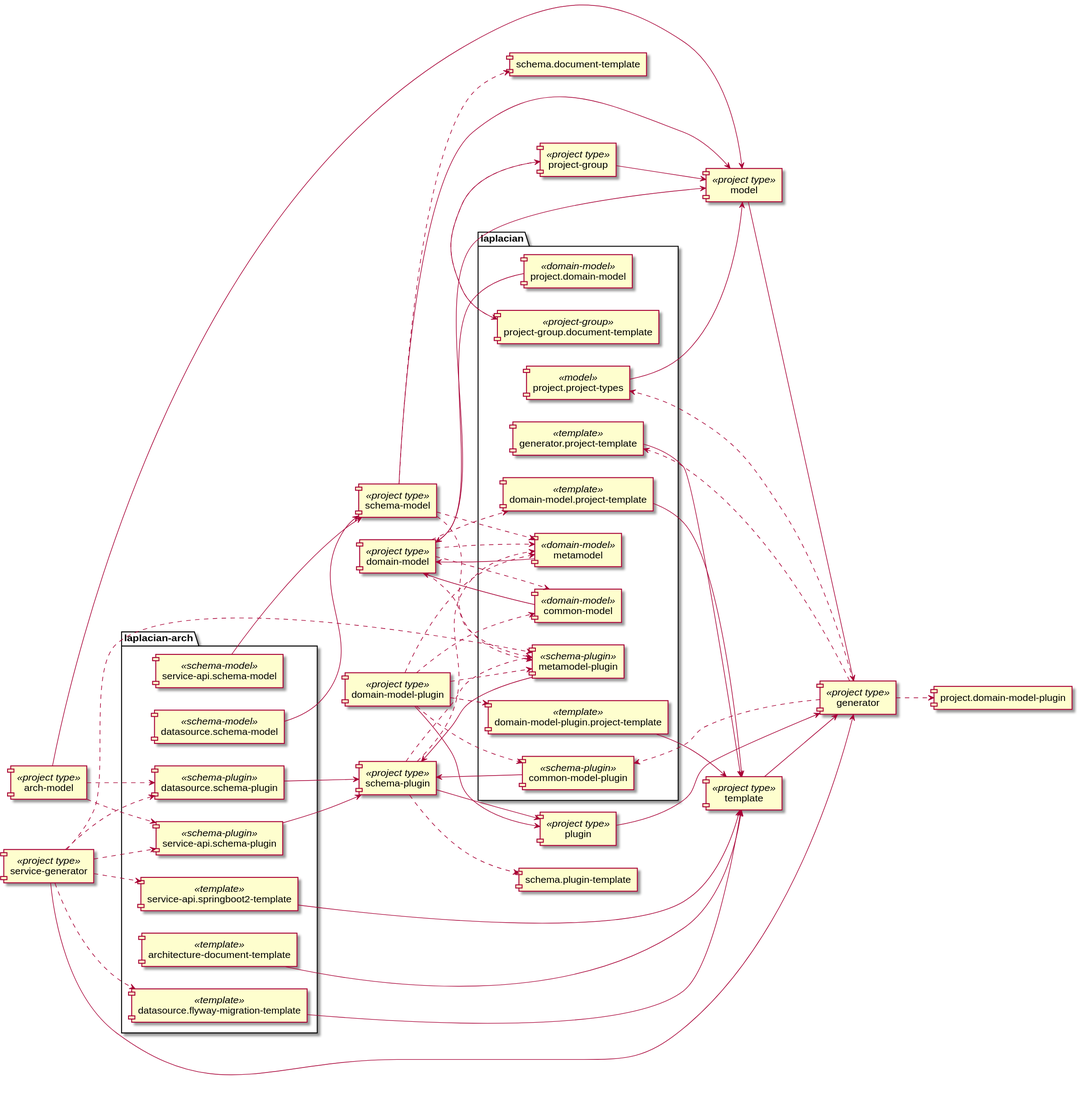
The PlantUML diagram doc/image/project-dependency-graph.svg in laplacian-core/projects, before a commit.
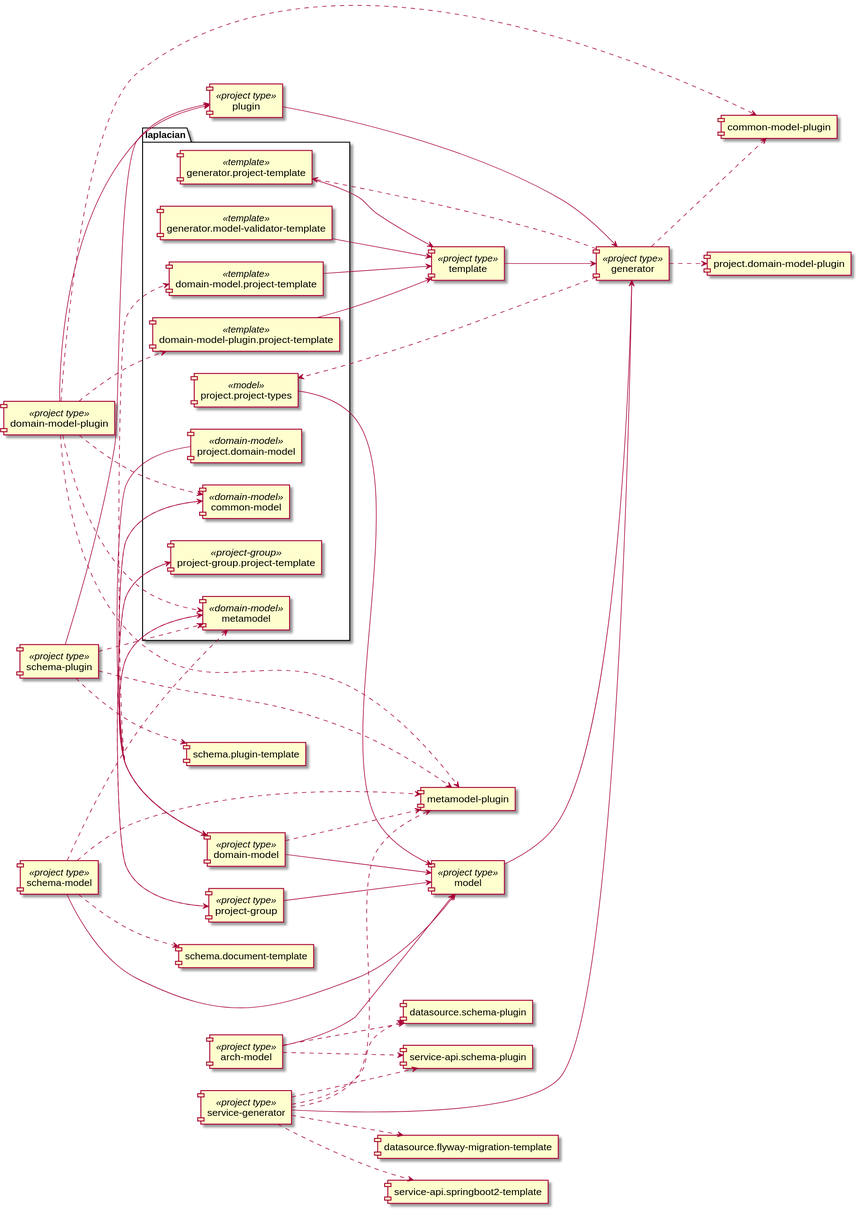
Later version of the same file.

What changed in the source:
```diff
@@ -26,39 +26,21 @@
 [template] --> [generator]
 
 
-package "laplacian-arch" {
-  [architecture-document-template] <<template>>
-  [architecture-document-template] --> [template]
-  [datasource.flyway-migration-template] <<template>>
-  [datasource.flyway-migration-template] --> [template]
-  [datasource.schema-model] <<schema-model>>
-  [datasource.schema-model] --> [schema-model]
-  [datasource.schema-plugin] <<schema-plugin>>
-  [datasource.schema-plugin] --> [schema-plugin]
-  [service-api.schema-model] <<schema-model>>
-  [service-api.schema-model] --> [schema-model]
-  [service-api.schema-plugin] <<schema-plugin>>
-  [service-api.schema-plugin] --> [schema-plugin]
-  [service-api.springboot2-template] <<template>>
-  [service-api.springboot2-template] --> [template]
-}
 package "laplacian" {
-  [common-model-plugin] <<schema-plugin>>
-  [common-model-plugin] --> [schema-plugin]
   [common-model] <<domain-model>>
   [common-model] --> [domain-model]
   [domain-model-plugin.project-template] <<template>>
   [domain-model-plugin.project-template] --> [template]
   [domain-model.project-template] <<template>>
   [domain-model.project-template] --> [template]
+  [generator.model-validator-template] <<template>>
+  [generator.model-validator-template] --> [template]
   [generator.project-template] <<template>>
   [generator.project-template] --> [template]
-  [metamodel-plugin] <<schema-plugin>>
-  [metamodel-plugin] --> [schema-plugin]
   [metamodel] <<domain-model>>
   [metamodel] --> [domain-model]
-  [project-group.document-template] <<project-group>>
-  [project-group.document-template] --> [project-group]
+  [project-group.project-template] <<project-group>>
+  [project-group.project-template] --> [project-group]
   [project.domain-model] <<domain-model>>
   [project.domain-model] --> [domain-model]
   [project.project-types] <<model>>
@@ -88,7 +70,7 @@
 
 
 
-  [project-group] ..> [project-group.document-template]
+  [project-group] ..> [project-group.project-template]
 
   [schema-model] ..> [metamodel]
   [schema-model] ..> [schema.document-template]
```
